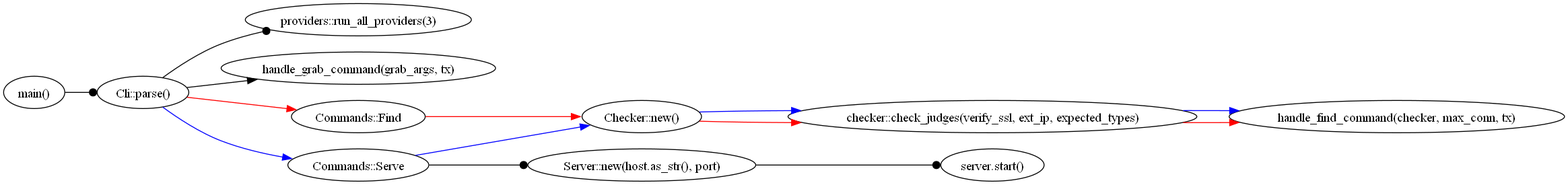
Before: docs/main/main.a.png, a diagram exported from Graphviz (softtiny/proxy.rs). Its source is kept beside it as docs/main/main.a.dot.
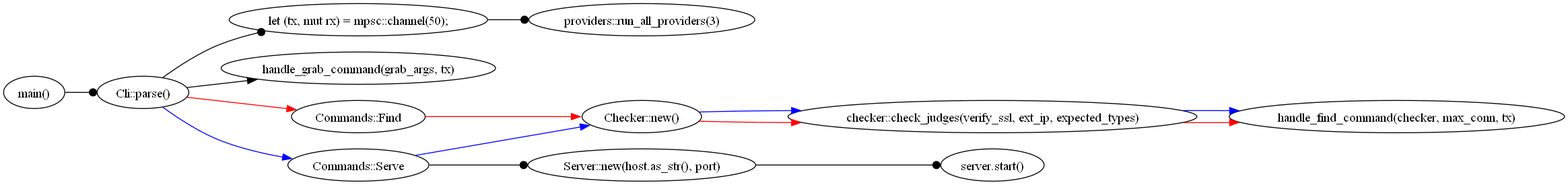
The same diagram one commit later.

Commit message:
:construction: Work in progress.

Change to the diagram source:
```diff
@@ -4,12 +4,13 @@
     ]
     "main" [label="main()"]
     "cli" [label="Cli::parse()"]
+    "channel" [label="let (tx, mut rx) = mpsc::channel(50);"]
     "Checker" [label="Checker::new()"]
     "check_judges" [label="checker::check_judges(verify_ssl, ext_ip, expected_types)"]
     "run_all_providers" [label="providers::run_all_providers(3)"]
     "handle_find_command" [label="handle_find_command(checker, max_conn, tx)"]
     "Server" [label="Server::new(host.as_str(), port)"]
-    "main" -> "cli" -> "run_all_providers" [arrowhead="dot"]
+    "main" -> "cli" -> "channel" -> "run_all_providers" [arrowhead="dot"]
     "cli" -> "handle_grab_command(grab_args, tx)"
     "cli" -> "Commands::Find" -> "Checker" -> "check_judges" -> "handle_find_command" [color="red"]
     "cli" -> "Commands::Serve" -> "Checker" -> "check_judges" -> "handle_find_command" [color="blue"]
```
